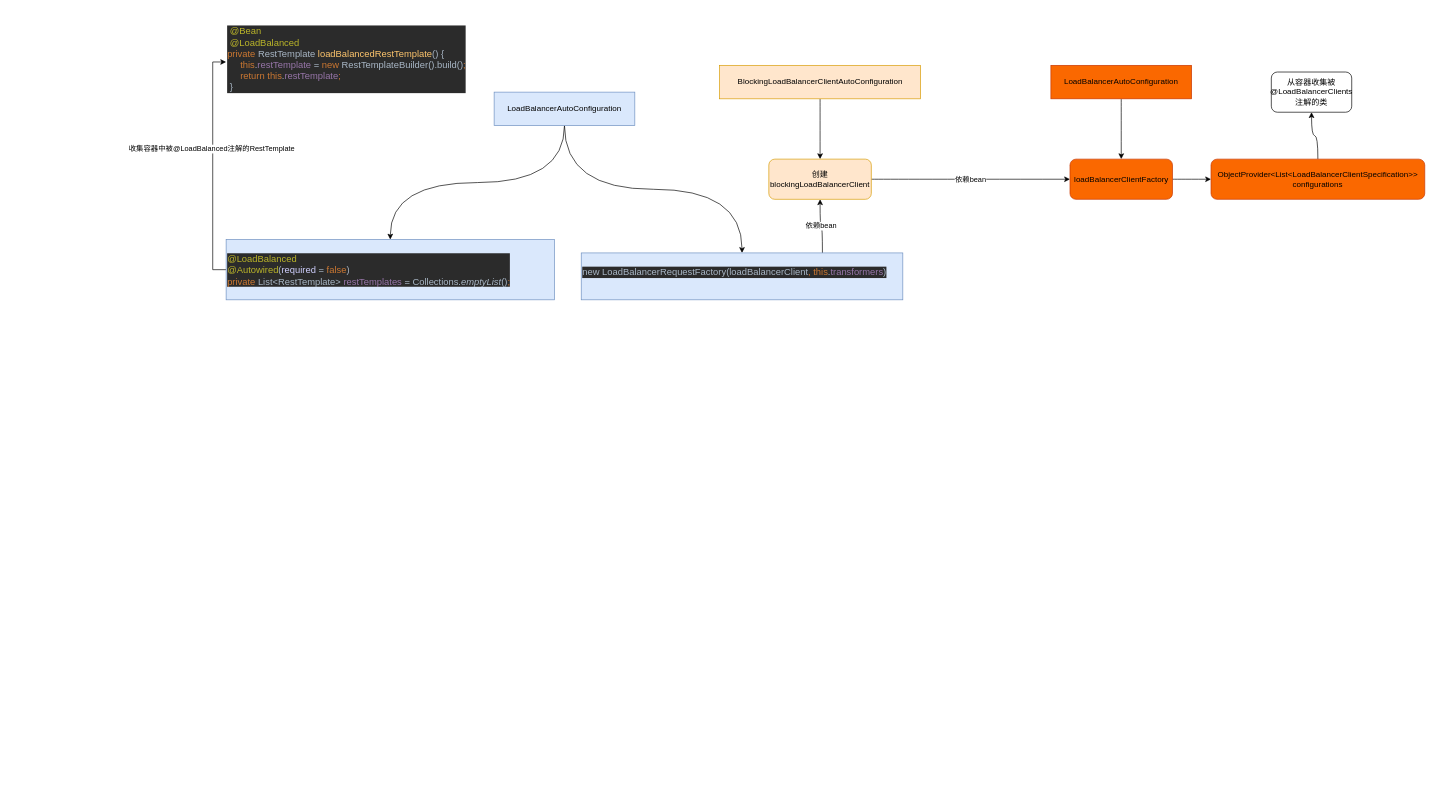
Earlier version of the draw.io diagram springcloud.drawio (qymmdj/draw-io). Source tidied: cells renumbered, new cells numbered last; positions are measured from the earlier drawing's top-left corner, leaving out a move shared by most shapes. Both pictures are drawn from the tidied source at 67%, with x=0, y=0 at pixel (226, 11).
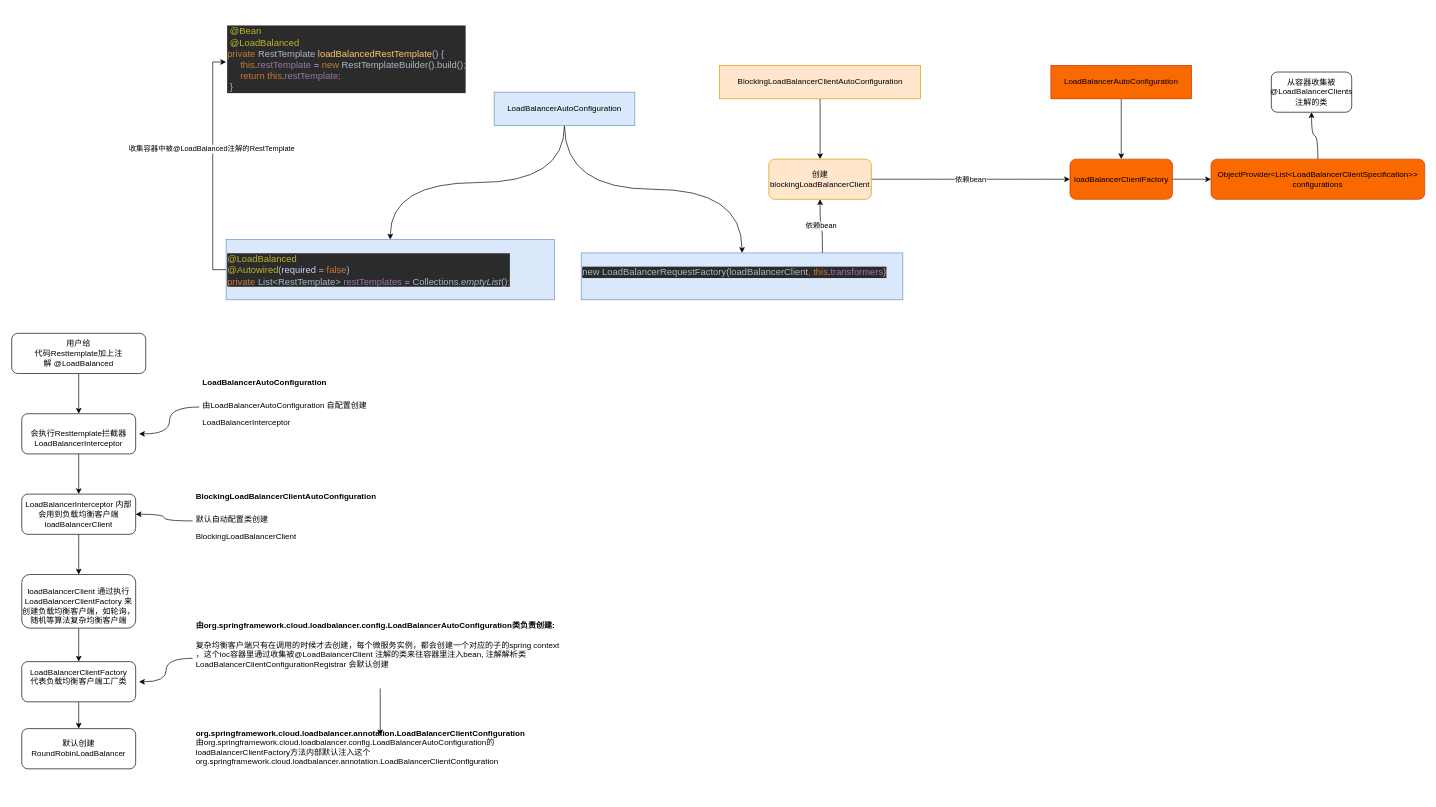
Above is the later version.

The edit, as a diff of the source:
```diff
@@
+    <mxCell id="22" style="edgeStyle=orthogonalEdgeStyle;rounded=0;jettySize=auto;html=1;" parent="1" edge="1" source="23" target="25">
+      <mxGeometry relative="1" as="geometry" />
+    </mxCell>
+    <mxCell id="23" value="用户给&lt;br&gt;代码Resttemplate加上注解&amp;nbsp;@LoadBalanced" style="rounded=1;whiteSpace=wrap;html=1;" parent="1" vertex="1">
+      <mxGeometry x="-320" y="480" width="200" height="60" as="geometry" />
+    </mxCell>
+    <mxCell id="24" style="edgeStyle=orthogonalEdgeStyle;curved=1;rounded=0;jettySize=auto;html=1;fontSize=12;" parent="1" edge="1" source="25" target="29">
+      <mxGeometry relative="1" as="geometry" />
+    </mxCell>
+    <mxCell id="25" value="&lt;br&gt;会执行Resttemplate拦截器LoadBalancerInterceptor" style="rounded=1;whiteSpace=wrap;html=1;" parent="1" vertex="1">
+      <mxGeometry x="-305" y="600" width="170" height="60" as="geometry" />
+    </mxCell>
+    <mxCell id="26" style="edgeStyle=orthogonalEdgeStyle;rounded=0;jettySize=auto;html=1;fontSize=12;curved=1;" parent="1" edge="1" source="27">
+      <mxGeometry relative="1" as="geometry">
+        <mxPoint x="-130" y="630" as="targetPoint" />
+      </mxGeometry>
+    </mxCell>
+    <mxCell id="27" value="&lt;h1&gt;&lt;font style=&quot;font-size: 12px;&quot;&gt;LoadBalancerAutoConfiguration&amp;nbsp;&lt;/font&gt;&lt;br&gt;&lt;/h1&gt;&lt;p&gt;由LoadBalancerAutoConfiguration 自配置创建&lt;/p&gt;LoadBalancerInterceptor&lt;p&gt;&amp;nbsp;&lt;/p&gt;" style="text;html=1;strokeColor=none;fillColor=none;spacing=5;spacingTop=-20;whiteSpace=wrap;overflow=hidden;rounded=0;" parent="1" vertex="1">
+      <mxGeometry x="-40" y="530" width="300" height="120" as="geometry" />
+    </mxCell>
+    <mxCell id="28" style="edgeStyle=orthogonalEdgeStyle;curved=1;rounded=0;jettySize=auto;html=1;fontSize=12;" parent="1" edge="1" source="29" target="33">
+      <mxGeometry relative="1" as="geometry" />
+    </mxCell>
+    <mxCell id="29" value="LoadBalancerInterceptor 内部会用到负载均衡客户端&lt;br&gt;loadBalancerClient" style="rounded=1;whiteSpace=wrap;html=1;" parent="1" vertex="1">
+      <mxGeometry x="-305" y="720" width="170" height="60" as="geometry" />
+    </mxCell>
+    <mxCell id="30" style="edgeStyle=orthogonalEdgeStyle;curved=1;rounded=0;jettySize=auto;html=1;entryX=1;entryY=0.5;entryDx=0;entryDy=0;fontSize=12;" parent="1" edge="1" source="31" target="29">
+      <mxGeometry relative="1" as="geometry" />
+    </mxCell>
+    <mxCell id="31" value="&lt;h1&gt;&lt;font style=&quot;font-size: 12px;&quot;&gt;BlockingLoadBalancerClientAutoConfiguration&lt;/font&gt;&lt;br&gt;&lt;/h1&gt;&lt;p&gt;默认自动配置类创建&lt;/p&gt;BlockingLoadBalancerClient" style="text;html=1;strokeColor=none;fillColor=none;spacing=5;spacingTop=-20;whiteSpace=wrap;overflow=hidden;rounded=0;" parent="1" vertex="1">
+      <mxGeometry x="-50" y="700" width="320" height="120" as="geometry" />
+    </mxCell>
+    <mxCell id="32" style="edgeStyle=orthogonalEdgeStyle;curved=1;rounded=0;jettySize=auto;html=1;fontSize=12;" parent="1" edge="1" source="33" target="38">
+      <mxGeometry relative="1" as="geometry" />
+    </mxCell>
+    <mxCell id="33" value="&lt;br&gt;loadBalancerClient 通过执行LoadBalancerClientFactory 来创建负载均衡客户端，如轮询，随机等算法复杂均衡客户端" style="rounded=1;whiteSpace=wrap;html=1;" parent="1" vertex="1">
+      <mxGeometry x="-305" y="840" width="170" height="80" as="geometry" />
+    </mxCell>
+    <mxCell id="34" style="edgeStyle=orthogonalEdgeStyle;curved=1;rounded=0;jettySize=auto;html=1;fontSize=12;" parent="1" edge="1" source="36">
+      <mxGeometry relative="1" as="geometry">
+        <mxPoint x="-130" y="1000" as="targetPoint" />
+      </mxGeometry>
+    </mxCell>
+    <mxCell id="35" style="edgeStyle=orthogonalEdgeStyle;curved=1;rounded=0;jettySize=auto;html=1;fontSize=12;" parent="1" edge="1" source="36" target="40">
+      <mxGeometry relative="1" as="geometry" />
+    </mxCell>
+    <mxCell id="36" value="&lt;b&gt;由org.springframework.cloud.loadbalancer.config.LoadBalancerAutoConfiguration类负责创建:&lt;/b&gt;&lt;br&gt;&lt;br&gt;复杂均衡客户端只有在调用的时候才去创建，每个微服务实例，都会创建一个对应的子的spring context ，这个ioc容器里通过收集被@LoadBalancerClient 注解的类来往容器里注入bean, 注解解析类LoadBalancerClientConfigurationRegistrar 会默认创建&lt;h1&gt;&lt;/h1&gt;" style="text;html=1;strokeColor=none;fillColor=none;spacing=5;spacingTop=-20;whiteSpace=wrap;overflow=hidden;rounded=0;" parent="1" vertex="1">
+      <mxGeometry x="-50" y="920" width="560" height="90" as="geometry" />
+    </mxCell>
+    <mxCell id="37" style="edgeStyle=orthogonalEdgeStyle;curved=1;rounded=0;jettySize=auto;html=1;fontSize=12;" parent="1" edge="1" source="38" target="39">
+      <mxGeometry relative="1" as="geometry" />
+    </mxCell>
+    <mxCell id="38" value="LoadBalancerClientFactory&lt;br&gt;代表负载均衡客户端工厂类&lt;br&gt;&amp;nbsp;" style="rounded=1;whiteSpace=wrap;html=1;" parent="1" vertex="1">
+      <mxGeometry x="-305" y="970" width="170" height="60" as="geometry" />
+    </mxCell>
+    <mxCell id="39" value="默认创建RoundRobinLoadBalancer" style="rounded=1;whiteSpace=wrap;html=1;" parent="1" vertex="1">
+      <mxGeometry x="-305" y="1070" width="170" height="60" as="geometry" />
+    </mxCell>
+    <mxCell id="40" value="&lt;b&gt;org.springframework.cloud.loadbalancer.annotation.LoadBalancerClientConfiguration&lt;/b&gt;&lt;br&gt;&lt;span style=&quot;border-color: var(--border-color);&quot;&gt;由org.springframework.cloud.loadbalancer.config.LoadBalancerAutoConfiguration的loadBalancerClientFactory方法内部默认注入这个&lt;/span&gt;&lt;span style=&quot;border-color: var(--border-color);&quot;&gt;org.springframework.cloud.loadbalancer.annotation.LoadBalancerClientConfiguration&lt;/span&gt;&lt;br style=&quot;border-color: var(--border-color);&quot;&gt;&lt;h1&gt;&lt;/h1&gt;" style="text;html=1;strokeColor=none;fillColor=none;spacing=5;spacingTop=-20;whiteSpace=wrap;overflow=hidden;rounded=0;" parent="1" vertex="1">
+      <mxGeometry x="-50" y="1080" width="560" height="90" as="geometry" />
+    </mxCell>
```
